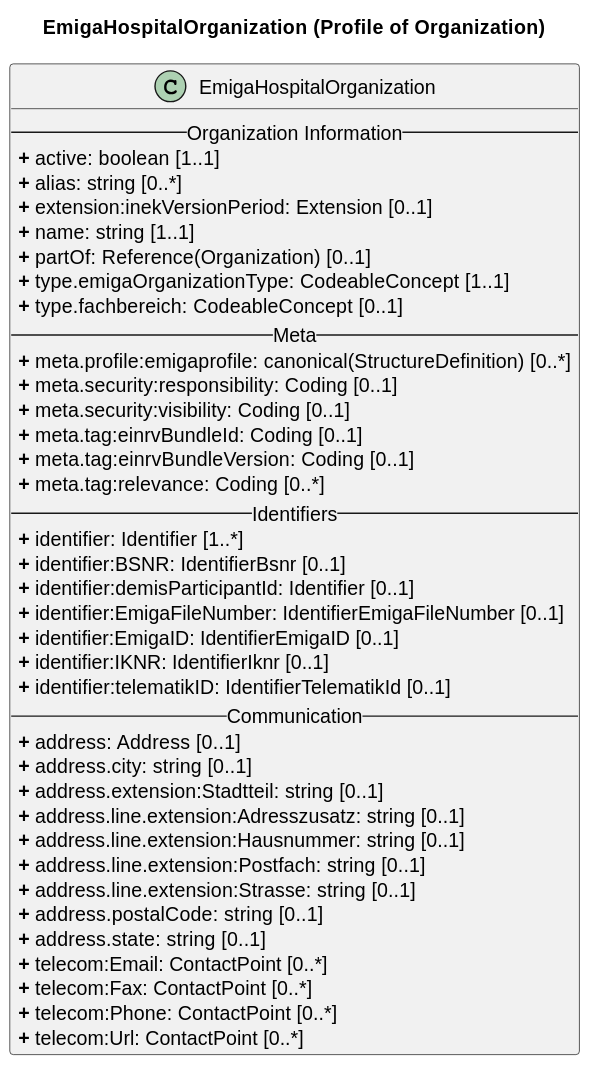
Before: rki.emiga.vzd/guides/implementationguides.vzd/PlantUML/SVGs/HospitalOrganization.svg, a diagram exported from PlantUML (robert-koch-institut/rki.emiga.vzd).
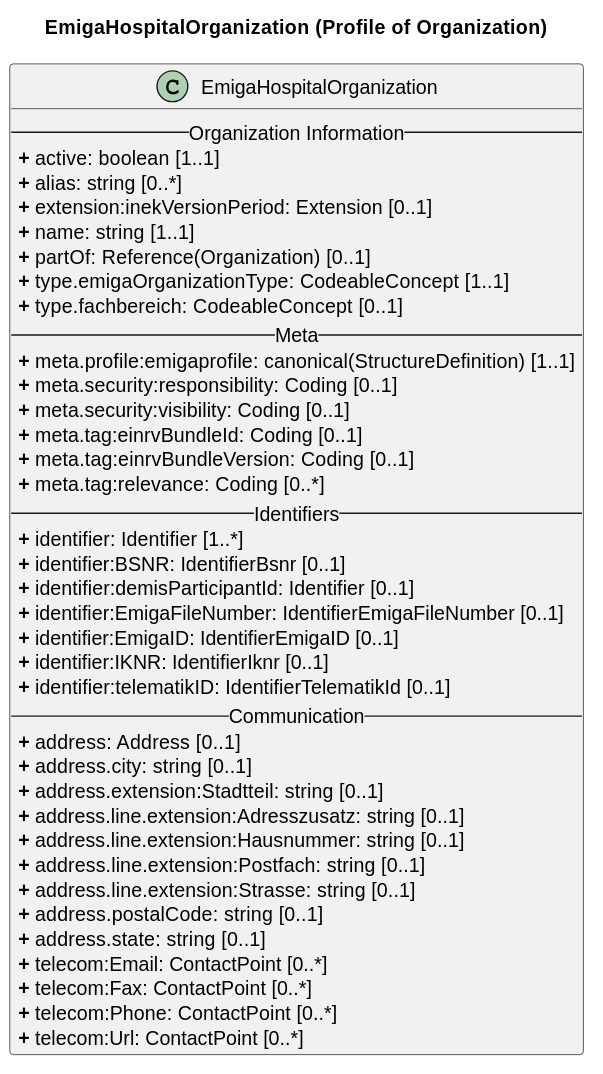
After the commit.

Change to the diagram source:
```diff
@@ -13,7 +13,7 @@
 <b>+</b> type.emigaOrganizationType: CodeableConcept [1..1]
 <b>+</b> type.fachbereich: CodeableConcept [0..1]
 -- Meta --
-<b>+</b> meta.profile:emigaprofile: canonical(StructureDefinition) [0..*]
+<b>+</b> meta.profile:emigaprofile: canonical(StructureDefinition) [1..1]
 <b>+</b> meta.security:responsibility: Coding [0..1]
 <b>+</b> meta.security:visibility: Coding [0..1]
 <b>+</b> meta.tag:einrvBundleId: Coding [0..1]
```
